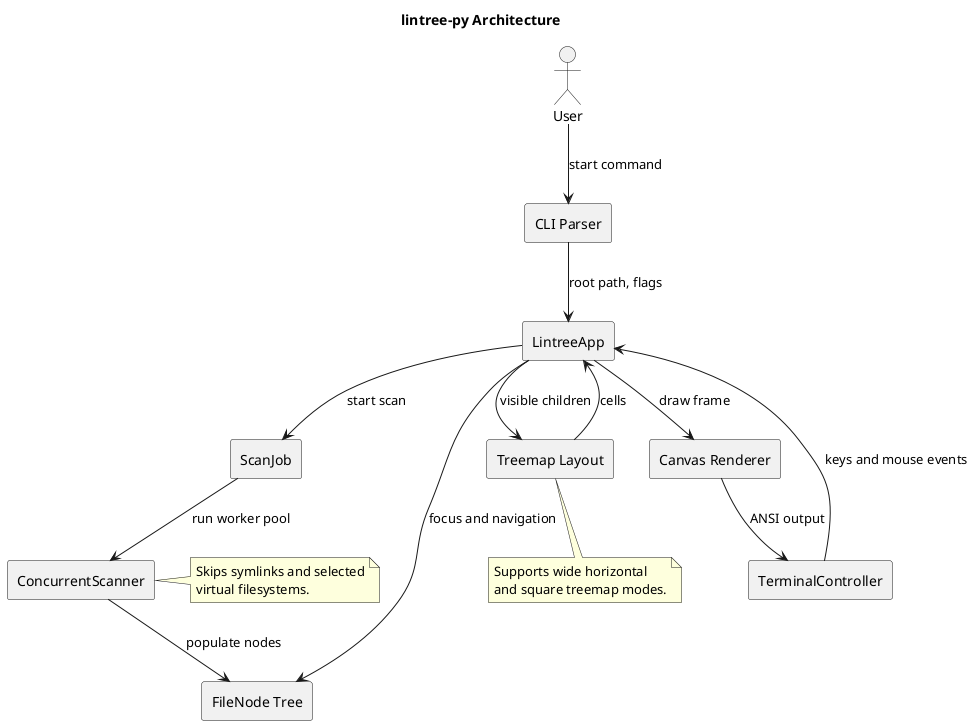
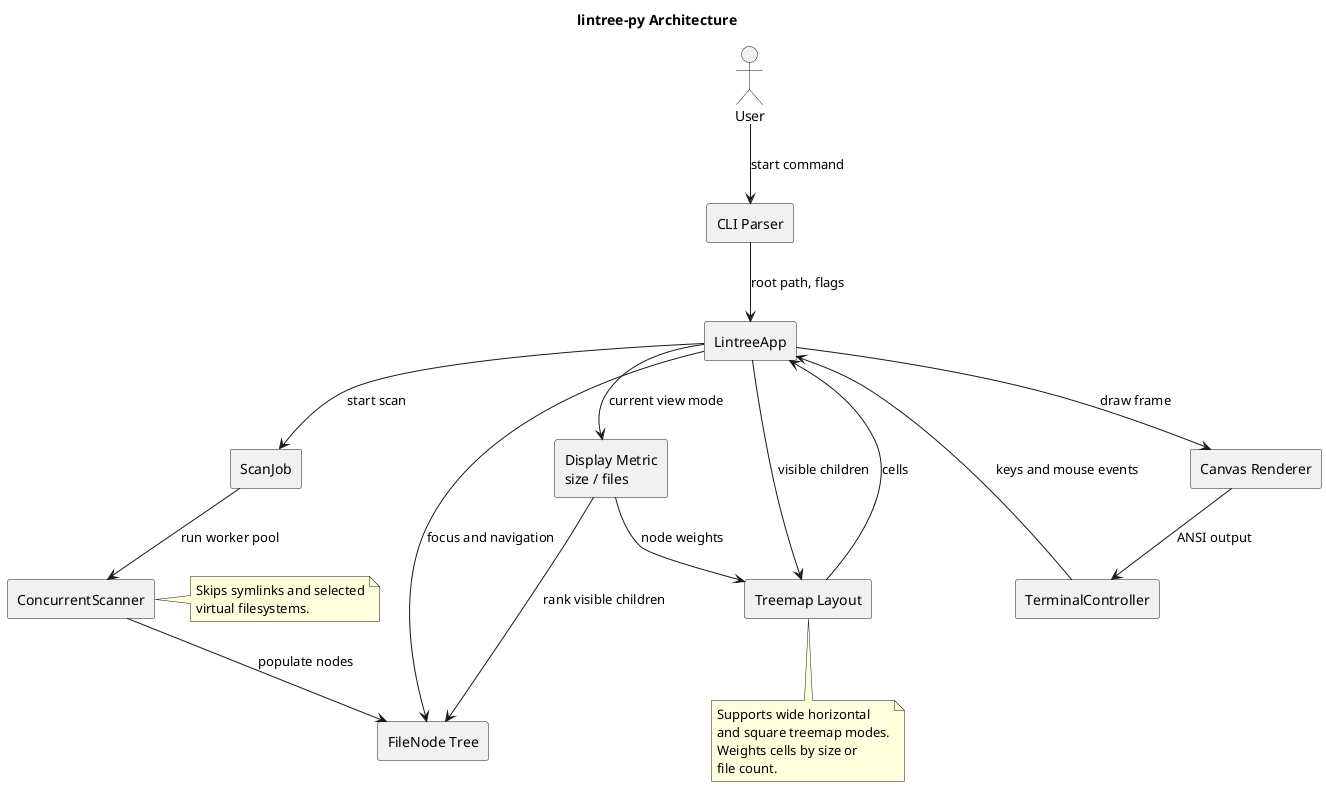
@startuml
title lintree-py Architecture

skinparam componentStyle rectangle

actor User

component "CLI Parser" as CLI
component "LintreeApp" as App
component "TerminalController" as Terminal
component "ScanJob" as Job
component "ConcurrentScanner" as Scanner
component "FileNode Tree" as Tree
+ component "Display Metric\nsize / files" as Metric
component "Treemap Layout" as Layout
component "Canvas Renderer" as Canvas

User --> CLI : start command
CLI --> App : root path, flags
App --> Job : start scan
Job --> Scanner : run worker pool
Scanner --> Tree : populate nodes
App --> Tree : focus and navigation
+ App --> Metric : current view mode
+ Metric --> Tree : rank visible children
+ Metric --> Layout : node weights
App --> Layout : visible children
Layout --> App : cells
App --> Canvas : draw frame
Canvas --> Terminal : ANSI output
Terminal --> App : keys and mouse events

note right of Scanner
Skips symlinks and selected
virtual filesystems.
end note

note bottom of Layout
Supports wide horizontal
and square treemap modes.
+ Weights cells by size or
+ file count.
end note

@enduml
